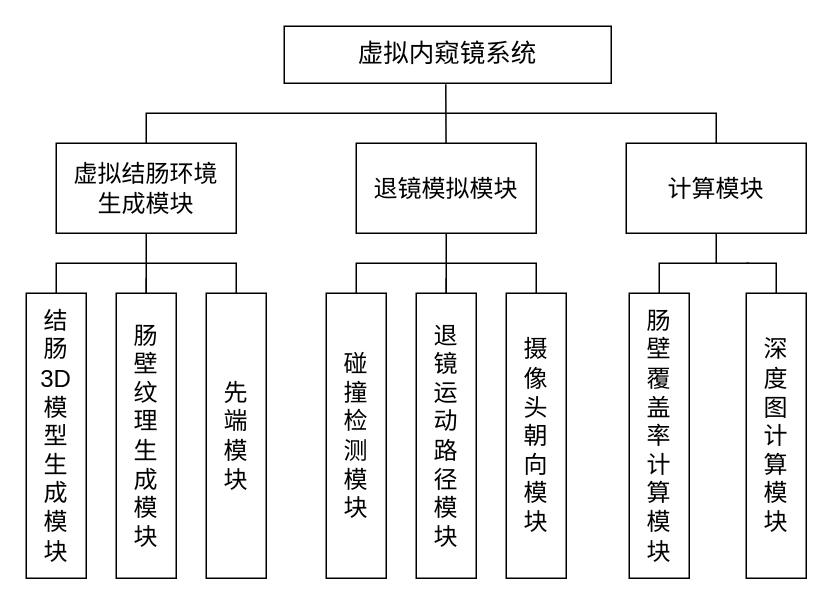
Above: 模块图.drawio in Joker765/CEP (draw.io), before the change. Source tidied: cells renumbered, new cells numbered last; positions are measured from the earlier drawing's top-left corner, leaving out a move shared by most shapes. Both pictures are drawn from the tidied source at 150%, with x=0, y=0 at pixel (26, 26).
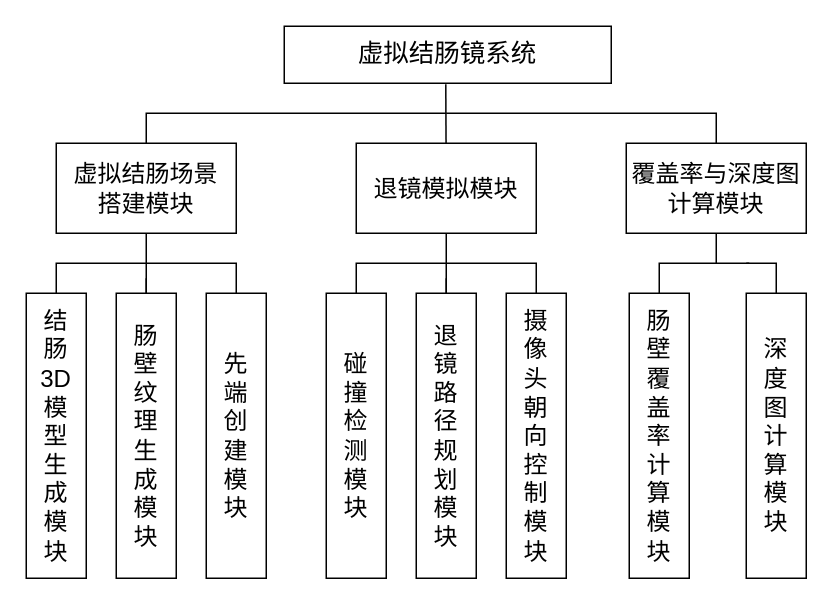
The same diagram, later.

Commit message:
更新模块图.drawio

Diff of the diagram source:
```diff
@@
-    <mxCell id="2" value="&lt;span style=&quot;font-family: 宋体;&quot;&gt;&lt;font style=&quot;font-size: 17px;&quot;&gt;虚拟内窥镜系统&lt;/font&gt;&lt;/span&gt;" style="rounded=0;whiteSpace=wrap;html=1;" parent="1" vertex="1">
+    <mxCell id="2" value="&lt;span style=&quot;font-family: 宋体;&quot;&gt;&lt;font style=&quot;font-size: 17px;&quot;&gt;虚拟结肠镜系统&lt;/font&gt;&lt;/span&gt;" style="rounded=0;whiteSpace=wrap;html=1;" parent="1" vertex="1">
       <mxGeometry x="172" width="218" height="38" as="geometry" />
     </mxCell>
-    <mxCell id="3" value="&lt;span style=&quot;font-size:12.0pt;mso-bidi-font-size:11.0pt;&lt;br/&gt;line-height:150%;font-family:宋体;mso-ascii-font-family:&amp;quot;Times New Roman&amp;quot;;&lt;br/&gt;mso-hansi-font-family:&amp;quot;Times New Roman&amp;quot;;mso-bidi-font-family:&amp;quot;Times New Roman&amp;quot;;&lt;br/&gt;mso-bidi-theme-font:minor-bidi;mso-ansi-language:EN-US;mso-fareast-language:&lt;br/&gt;ZH-CN;mso-bidi-language:AR-SA&quot;&gt;虚拟结肠环境&lt;/span&gt;&lt;div&gt;&lt;span style=&quot;font-size:12.0pt;mso-bidi-font-size:11.0pt;&lt;br/&gt;line-height:150%;font-family:宋体;mso-ascii-font-family:&amp;quot;Times New Roman&amp;quot;;&lt;br/&gt;mso-hansi-font-family:&amp;quot;Times New Roman&amp;quot;;mso-bidi-font-family:&amp;quot;Times New Roman&amp;quot;;&lt;br/&gt;mso-bidi-theme-font:minor-bidi;mso-ansi-language:EN-US;mso-fareast-language:&lt;br/&gt;ZH-CN;mso-bidi-language:AR-SA&quot;&gt;生成模块&lt;/span&gt;&lt;/div&gt;" style="rounded=0;whiteSpace=wrap;html=1;" parent="1" vertex="1">
+    <mxCell id="3" value="&lt;span style=&quot;font-size:12.0pt;mso-bidi-font-size:11.0pt;&lt;br/&gt;line-height:150%;font-family:宋体;mso-ascii-font-family:&amp;quot;Times New Roman&amp;quot;;&lt;br/&gt;mso-hansi-font-family:&amp;quot;Times New Roman&amp;quot;;mso-bidi-font-family:&amp;quot;Times New Roman&amp;quot;;&lt;br/&gt;mso-bidi-theme-font:minor-bidi;mso-ansi-language:EN-US;mso-fareast-language:&lt;br/&gt;ZH-CN;mso-bidi-language:AR-SA&quot;&gt;虚拟结肠场景&lt;/span&gt;&lt;div&gt;&lt;span style=&quot;font-size:12.0pt;mso-bidi-font-size:11.0pt;&lt;br/&gt;line-height:150%;font-family:宋体;mso-ascii-font-family:&amp;quot;Times New Roman&amp;quot;;&lt;br/&gt;mso-hansi-font-family:&amp;quot;Times New Roman&amp;quot;;mso-bidi-font-family:&amp;quot;Times New Roman&amp;quot;;&lt;br/&gt;mso-bidi-theme-font:minor-bidi;mso-ansi-language:EN-US;mso-fareast-language:&lt;br/&gt;ZH-CN;mso-bidi-language:AR-SA&quot;&gt;搭建&lt;/span&gt;&lt;span style=&quot;font-family: 宋体; font-size: 12pt; background-color: initial;&quot;&gt;模块&lt;/span&gt;&lt;/div&gt;" style="rounded=0;whiteSpace=wrap;html=1;" parent="1" vertex="1">
       <mxGeometry x="20" y="78" width="120" height="60" as="geometry" />
     </mxCell>
-    <mxCell id="4" value="&lt;span style=&quot;font-size:12.0pt;mso-bidi-font-size:11.0pt;&lt;br/&gt;line-height:150%;font-family:宋体;mso-ascii-font-family:&amp;quot;Times New Roman&amp;quot;;&lt;br/&gt;mso-hansi-font-family:&amp;quot;Times New Roman&amp;quot;;mso-bidi-font-family:&amp;quot;Times New Roman&amp;quot;;&lt;br/&gt;mso-bidi-theme-font:minor-bidi;mso-ansi-language:EN-US;mso-fareast-language:&lt;br/&gt;ZH-CN;mso-bidi-language:AR-SA&quot;&gt;计算模块&lt;/span&gt;" style="rounded=0;whiteSpace=wrap;html=1;" parent="1" vertex="1">
+    <mxCell id="4" value="&lt;span style=&quot;font-size:12.0pt;mso-bidi-font-size:11.0pt;&lt;br/&gt;line-height:150%;font-family:宋体;mso-ascii-font-family:&amp;quot;Times New Roman&amp;quot;;&lt;br/&gt;mso-hansi-font-family:&amp;quot;Times New Roman&amp;quot;;mso-bidi-font-family:&amp;quot;Times New Roman&amp;quot;;&lt;br/&gt;mso-bidi-theme-font:minor-bidi;mso-ansi-language:EN-US;mso-fareast-language:&lt;br/&gt;ZH-CN;mso-bidi-language:AR-SA&quot;&gt;覆盖率与深度图计算模块&lt;/span&gt;" style="rounded=0;whiteSpace=wrap;html=1;" parent="1" vertex="1">
       <mxGeometry x="400" y="78" width="120" height="60" as="geometry" />
     </mxCell>
@@
-    <mxCell id="9" value="&lt;span style=&quot;font-size:12.0pt;mso-bidi-font-size:11.0pt;&lt;br/&gt;line-height:150%;font-family:宋体;mso-ascii-font-family:&amp;quot;Times New Roman&amp;quot;;&lt;br/&gt;mso-hansi-font-family:&amp;quot;Times New Roman&amp;quot;;mso-bidi-font-family:&amp;quot;Times New Roman&amp;quot;;&lt;br/&gt;mso-bidi-theme-font:minor-bidi;mso-ansi-language:EN-US;mso-fareast-language:&lt;br/&gt;ZH-CN;mso-bidi-language:AR-SA&quot;&gt;先&lt;/span&gt;&lt;div&gt;&lt;span style=&quot;font-size:12.0pt;mso-bidi-font-size:11.0pt;&lt;br/&gt;line-height:150%;font-family:宋体;mso-ascii-font-family:&amp;quot;Times New Roman&amp;quot;;&lt;br/&gt;mso-hansi-font-family:&amp;quot;Times New Roman&amp;quot;;mso-bidi-font-family:&amp;quot;Times New Roman&amp;quot;;&lt;br/&gt;mso-bidi-theme-font:minor-bidi;mso-ansi-language:EN-US;mso-fareast-language:&lt;br/&gt;ZH-CN;mso-bidi-language:AR-SA&quot;&gt;端&lt;/span&gt;&lt;/div&gt;&lt;div&gt;&lt;span style=&quot;font-size:12.0pt;mso-bidi-font-size:11.0pt;&lt;br/&gt;line-height:150%;font-family:宋体;mso-ascii-font-family:&amp;quot;Times New Roman&amp;quot;;&lt;br/&gt;mso-hansi-font-family:&amp;quot;Times New Roman&amp;quot;;mso-bidi-font-family:&amp;quot;Times New Roman&amp;quot;;&lt;br/&gt;mso-bidi-theme-font:minor-bidi;mso-ansi-language:EN-US;mso-fareast-language:&lt;br/&gt;ZH-CN;mso-bidi-language:AR-SA&quot;&gt;模&lt;/span&gt;&lt;/div&gt;&lt;div&gt;&lt;span style=&quot;font-size:12.0pt;mso-bidi-font-size:11.0pt;&lt;br/&gt;line-height:150%;font-family:宋体;mso-ascii-font-family:&amp;quot;Times New Roman&amp;quot;;&lt;br/&gt;mso-hansi-font-family:&amp;quot;Times New Roman&amp;quot;;mso-bidi-font-family:&amp;quot;Times New Roman&amp;quot;;&lt;br/&gt;mso-bidi-theme-font:minor-bidi;mso-ansi-language:EN-US;mso-fareast-language:&lt;br/&gt;ZH-CN;mso-bidi-language:AR-SA&quot;&gt;块&lt;/span&gt;&lt;/div&gt;" style="rounded=0;whiteSpace=wrap;html=1;" parent="1" vertex="1">
+    <mxCell id="9" value="&lt;span style=&quot;font-size:12.0pt;mso-bidi-font-size:11.0pt;&lt;br/&gt;line-height:150%;font-family:宋体;mso-ascii-font-family:&amp;quot;Times New Roman&amp;quot;;&lt;br/&gt;mso-hansi-font-family:&amp;quot;Times New Roman&amp;quot;;mso-bidi-font-family:&amp;quot;Times New Roman&amp;quot;;&lt;br/&gt;mso-bidi-theme-font:minor-bidi;mso-ansi-language:EN-US;mso-fareast-language:&lt;br/&gt;ZH-CN;mso-bidi-language:AR-SA&quot;&gt;先&lt;/span&gt;&lt;div&gt;&lt;span style=&quot;font-size:12.0pt;mso-bidi-font-size:11.0pt;&lt;br/&gt;line-height:150%;font-family:宋体;mso-ascii-font-family:&amp;quot;Times New Roman&amp;quot;;&lt;br/&gt;mso-hansi-font-family:&amp;quot;Times New Roman&amp;quot;;mso-bidi-font-family:&amp;quot;Times New Roman&amp;quot;;&lt;br/&gt;mso-bidi-theme-font:minor-bidi;mso-ansi-language:EN-US;mso-fareast-language:&lt;br/&gt;ZH-CN;mso-bidi-language:AR-SA&quot;&gt;端&lt;/span&gt;&lt;/div&gt;&lt;div&gt;&lt;span style=&quot;font-size:12.0pt;mso-bidi-font-size:11.0pt;&lt;br/&gt;line-height:150%;font-family:宋体;mso-ascii-font-family:&amp;quot;Times New Roman&amp;quot;;&lt;br/&gt;mso-hansi-font-family:&amp;quot;Times New Roman&amp;quot;;mso-bidi-font-family:&amp;quot;Times New Roman&amp;quot;;&lt;br/&gt;mso-bidi-theme-font:minor-bidi;mso-ansi-language:EN-US;mso-fareast-language:&lt;br/&gt;ZH-CN;mso-bidi-language:AR-SA&quot;&gt;创&lt;/span&gt;&lt;/div&gt;&lt;div&gt;&lt;span style=&quot;font-size:12.0pt;mso-bidi-font-size:11.0pt;&lt;br/&gt;line-height:150%;font-family:宋体;mso-ascii-font-family:&amp;quot;Times New Roman&amp;quot;;&lt;br/&gt;mso-hansi-font-family:&amp;quot;Times New Roman&amp;quot;;mso-bidi-font-family:&amp;quot;Times New Roman&amp;quot;;&lt;br/&gt;mso-bidi-theme-font:minor-bidi;mso-ansi-language:EN-US;mso-fareast-language:&lt;br/&gt;ZH-CN;mso-bidi-language:AR-SA&quot;&gt;建&lt;/span&gt;&lt;/div&gt;&lt;div&gt;&lt;span style=&quot;font-size:12.0pt;mso-bidi-font-size:11.0pt;&lt;br/&gt;line-height:150%;font-family:宋体;mso-ascii-font-family:&amp;quot;Times New Roman&amp;quot;;&lt;br/&gt;mso-hansi-font-family:&amp;quot;Times New Roman&amp;quot;;mso-bidi-font-family:&amp;quot;Times New Roman&amp;quot;;&lt;br/&gt;mso-bidi-theme-font:minor-bidi;mso-ansi-language:EN-US;mso-fareast-language:&lt;br/&gt;ZH-CN;mso-bidi-language:AR-SA&quot;&gt;模&lt;/span&gt;&lt;/div&gt;&lt;div&gt;&lt;span style=&quot;font-size:12.0pt;mso-bidi-font-size:11.0pt;&lt;br/&gt;line-height:150%;font-family:宋体;mso-ascii-font-family:&amp;quot;Times New Roman&amp;quot;;&lt;br/&gt;mso-hansi-font-family:&amp;quot;Times New Roman&amp;quot;;mso-bidi-font-family:&amp;quot;Times New Roman&amp;quot;;&lt;br/&gt;mso-bidi-theme-font:minor-bidi;mso-ansi-language:EN-US;mso-fareast-language:&lt;br/&gt;ZH-CN;mso-bidi-language:AR-SA&quot;&gt;块&lt;/span&gt;&lt;/div&gt;" style="rounded=0;whiteSpace=wrap;html=1;" parent="1" vertex="1">
       <mxGeometry x="120" y="178" width="40" height="190" as="geometry" />
     </mxCell>
@@
-    <mxCell id="16" value="&lt;font face=&quot;宋体&quot;&gt;&lt;span style=&quot;font-size: 16px;&quot;&gt;摄&lt;/span&gt;&lt;/font&gt;&lt;div&gt;&lt;font face=&quot;宋体&quot;&gt;&lt;span style=&quot;font-size: 16px;&quot;&gt;像&lt;/span&gt;&lt;/font&gt;&lt;/div&gt;&lt;div&gt;&lt;font face=&quot;宋体&quot;&gt;&lt;span style=&quot;font-size: 16px;&quot;&gt;头&lt;/span&gt;&lt;/font&gt;&lt;/div&gt;&lt;div&gt;&lt;font face=&quot;宋体&quot;&gt;&lt;span style=&quot;font-size: 16px;&quot;&gt;朝&lt;/span&gt;&lt;/font&gt;&lt;/div&gt;&lt;div&gt;&lt;font face=&quot;宋体&quot;&gt;&lt;span style=&quot;font-size: 16px;&quot;&gt;向&lt;/span&gt;&lt;/font&gt;&lt;/div&gt;&lt;div&gt;&lt;font face=&quot;宋体&quot;&gt;&lt;span style=&quot;font-size: 16px;&quot;&gt;模&lt;/span&gt;&lt;/font&gt;&lt;/div&gt;&lt;div&gt;&lt;font face=&quot;宋体&quot;&gt;&lt;span style=&quot;font-size: 16px;&quot;&gt;块&lt;/span&gt;&lt;/font&gt;&lt;/div&gt;" style="rounded=0;whiteSpace=wrap;html=1;" parent="1" vertex="1">
+    <mxCell id="16" value="&lt;font face=&quot;宋体&quot;&gt;&lt;span style=&quot;font-size: 16px;&quot;&gt;摄&lt;/span&gt;&lt;/font&gt;&lt;div&gt;&lt;font face=&quot;宋体&quot;&gt;&lt;span style=&quot;font-size: 16px;&quot;&gt;像&lt;/span&gt;&lt;/font&gt;&lt;/div&gt;&lt;div&gt;&lt;font face=&quot;宋体&quot;&gt;&lt;span style=&quot;font-size: 16px;&quot;&gt;头&lt;/span&gt;&lt;/font&gt;&lt;/div&gt;&lt;div&gt;&lt;font face=&quot;宋体&quot;&gt;&lt;span style=&quot;font-size: 16px;&quot;&gt;朝&lt;/span&gt;&lt;/font&gt;&lt;/div&gt;&lt;div&gt;&lt;font face=&quot;宋体&quot;&gt;&lt;span style=&quot;font-size: 16px;&quot;&gt;向&lt;/span&gt;&lt;/font&gt;&lt;/div&gt;&lt;div&gt;&lt;font face=&quot;宋体&quot;&gt;&lt;span style=&quot;font-size: 16px;&quot;&gt;控&lt;/span&gt;&lt;/font&gt;&lt;/div&gt;&lt;div&gt;&lt;font face=&quot;宋体&quot;&gt;&lt;span style=&quot;font-size: 16px;&quot;&gt;制&lt;/span&gt;&lt;/font&gt;&lt;/div&gt;&lt;div&gt;&lt;font face=&quot;宋体&quot;&gt;&lt;span style=&quot;font-size: 16px;&quot;&gt;模&lt;/span&gt;&lt;/font&gt;&lt;/div&gt;&lt;div&gt;&lt;font face=&quot;宋体&quot;&gt;&lt;span style=&quot;font-size: 16px;&quot;&gt;块&lt;/span&gt;&lt;/font&gt;&lt;/div&gt;" style="rounded=0;whiteSpace=wrap;html=1;" parent="1" vertex="1">
       <mxGeometry x="320" y="178" width="40" height="190" as="geometry" />
     </mxCell>
@@
-    <mxCell id="20" value="&lt;font face=&quot;宋体&quot;&gt;&lt;span style=&quot;font-size: 16px;&quot;&gt;退&lt;/span&gt;&lt;/font&gt;&lt;div&gt;&lt;font face=&quot;宋体&quot;&gt;&lt;span style=&quot;font-size: 16px;&quot;&gt;镜&lt;/span&gt;&lt;/font&gt;&lt;/div&gt;&lt;div&gt;&lt;font face=&quot;宋体&quot;&gt;&lt;span style=&quot;font-size: 16px;&quot;&gt;运&lt;/span&gt;&lt;/font&gt;&lt;/div&gt;&lt;div&gt;&lt;font face=&quot;宋体&quot;&gt;&lt;span style=&quot;font-size: 16px;&quot;&gt;动&lt;/span&gt;&lt;/font&gt;&lt;/div&gt;&lt;div&gt;&lt;font face=&quot;宋体&quot;&gt;&lt;span style=&quot;font-size: 16px;&quot;&gt;路&lt;/span&gt;&lt;/font&gt;&lt;/div&gt;&lt;div&gt;&lt;font face=&quot;宋体&quot;&gt;&lt;span style=&quot;font-size: 16px;&quot;&gt;径&lt;/span&gt;&lt;/font&gt;&lt;/div&gt;&lt;div&gt;&lt;font face=&quot;宋体&quot;&gt;&lt;span style=&quot;font-size: 16px;&quot;&gt;模&lt;/span&gt;&lt;/font&gt;&lt;/div&gt;&lt;div&gt;&lt;font face=&quot;宋体&quot;&gt;&lt;span style=&quot;font-size: 16px;&quot;&gt;块&lt;/span&gt;&lt;/font&gt;&lt;/div&gt;" style="rounded=0;whiteSpace=wrap;html=1;" parent="1" vertex="1">
+    <mxCell id="20" value="&lt;font face=&quot;宋体&quot;&gt;&lt;span style=&quot;font-size: 16px;&quot;&gt;退&lt;/span&gt;&lt;/font&gt;&lt;div&gt;&lt;font face=&quot;宋体&quot;&gt;&lt;span style=&quot;font-size: 16px;&quot;&gt;镜&lt;/span&gt;&lt;/font&gt;&lt;/div&gt;&lt;div&gt;&lt;font face=&quot;宋体&quot;&gt;&lt;span style=&quot;font-size: 16px;&quot;&gt;路&lt;/span&gt;&lt;/font&gt;&lt;/div&gt;&lt;div&gt;&lt;font face=&quot;宋体&quot;&gt;&lt;span style=&quot;font-size: 16px;&quot;&gt;径&lt;/span&gt;&lt;/font&gt;&lt;/div&gt;&lt;div&gt;&lt;font face=&quot;宋体&quot;&gt;&lt;span style=&quot;font-size: 16px;&quot;&gt;规&lt;/span&gt;&lt;/font&gt;&lt;/div&gt;&lt;div&gt;&lt;font face=&quot;宋体&quot;&gt;&lt;span style=&quot;font-size: 16px;&quot;&gt;划&lt;/span&gt;&lt;/font&gt;&lt;/div&gt;&lt;div&gt;&lt;font face=&quot;宋体&quot;&gt;&lt;span style=&quot;font-size: 16px;&quot;&gt;模&lt;/span&gt;&lt;/font&gt;&lt;/div&gt;&lt;div&gt;&lt;font face=&quot;宋体&quot;&gt;&lt;span style=&quot;font-size: 16px;&quot;&gt;块&lt;/span&gt;&lt;/font&gt;&lt;/div&gt;" style="rounded=0;whiteSpace=wrap;html=1;" parent="1" vertex="1">
       <mxGeometry x="260" y="178" width="40" height="190" as="geometry" />
     </mxCell>
```
